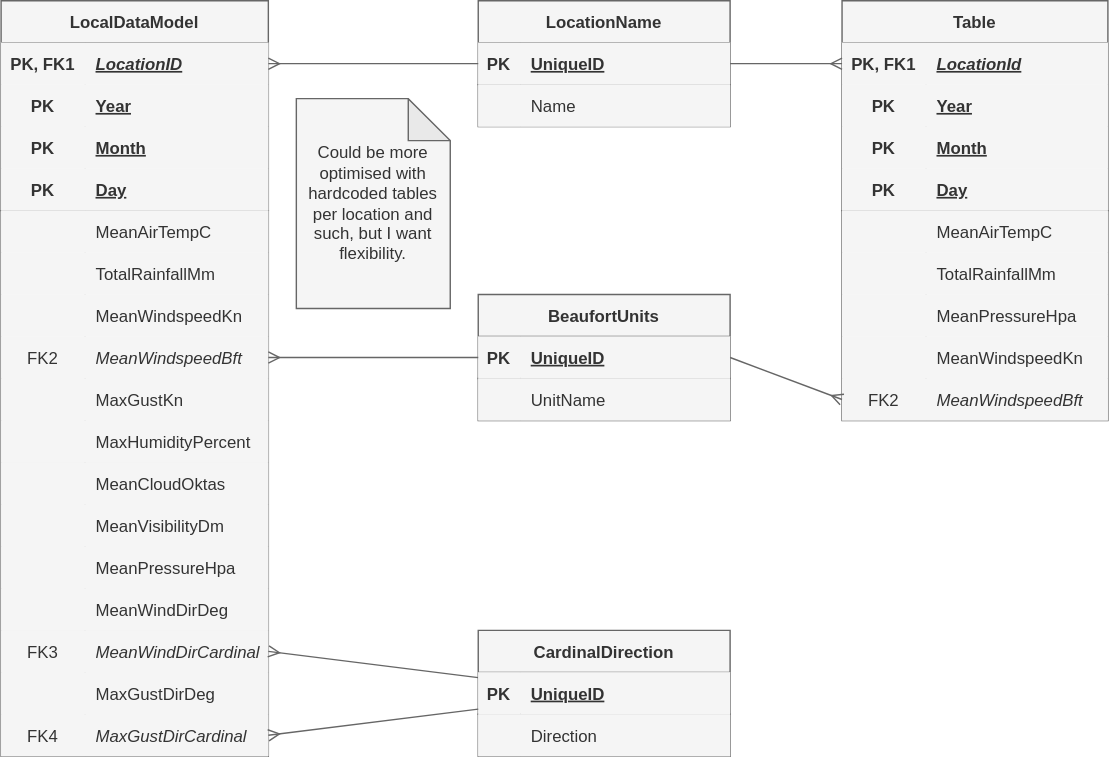
Above: entity_relationship_diagram.drawio.svg in abstralexis/ALevelDataScience (draw.io), before the change. Source tidied: cells renumbered, new cells last; positions are measured from the earlier drawing's top-left corner, leaving out a move shared by most shapes.
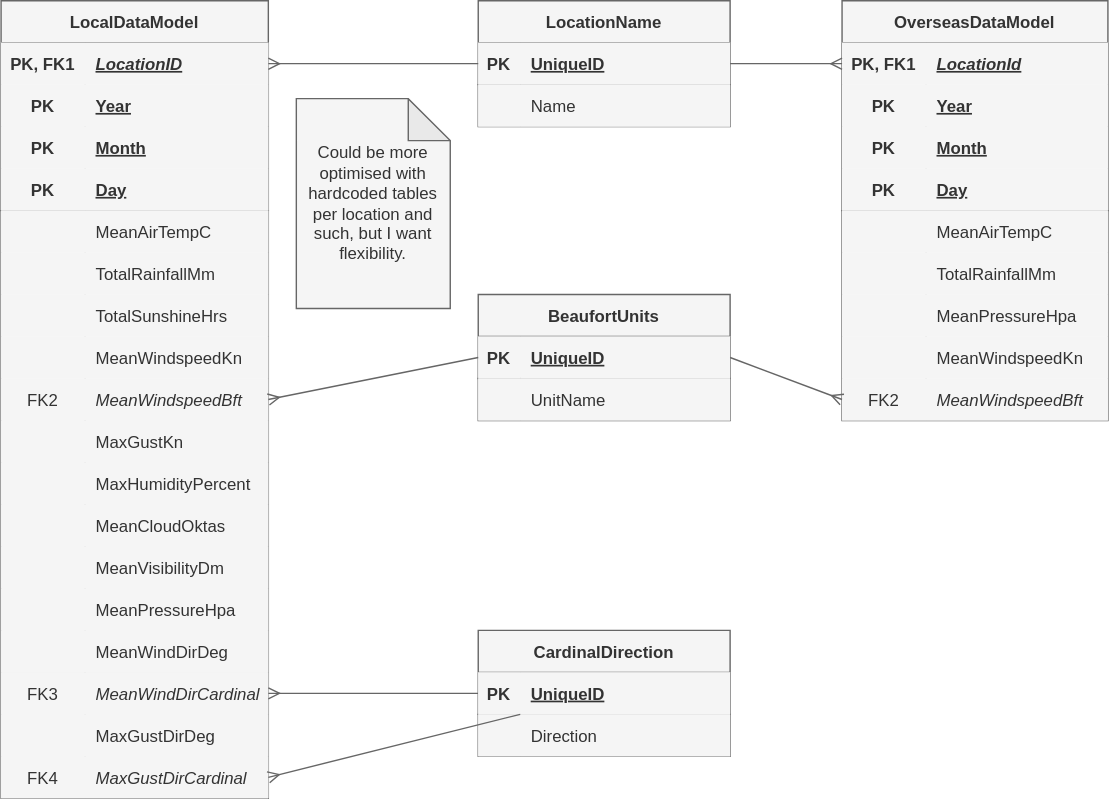
The same diagram one commit later.

Commit message:
Add some CREATE TABLE queries and fix ERD

What changed in the source:
```diff
@@ -3,7 +3,7 @@
     <mxCell id="0" />
     <mxCell id="1" parent="0" />
     <mxCell id="2" value="LocalDataModel" style="shape=table;startSize=30;rowLines=0;fontStyle=1;align=center;shadow=0;rounded=0;labelBackgroundColor=none;labelBorderColor=none;fillColor=#f5f5f5;strokeColor=#666666;swimlaneLine=1;fontColor=#333333;" parent="1" vertex="1">
-      <mxGeometry width="191" height="540" as="geometry" />
+      <mxGeometry width="191" height="570" as="geometry" />
     </mxCell>
     <mxCell id="3" style="shape=tableRow;horizontal=0;startSize=0;swimlaneHead=0;swimlaneBody=0;fillColor=#f5f5f5;points=[[0,0.5],[1,0.5]];portConstraint=eastwest;top=0;left=0;right=0;bottom=0;rounded=0;labelBackgroundColor=none;labelBorderColor=none;strokeColor=#666666;swimlaneLine=1;fontColor=#333333;" parent="2" vertex="1">
       <mxGeometry y="30" width="191" height="30" as="geometry" />
@@ -59,8 +59,17 @@
     <mxCell id="20" value="TotalRainfallMm" style="shape=partialRectangle;fillColor=#f5f5f5;top=0;left=0;bottom=0;right=0;align=left;spacingLeft=6;overflow=hidden;rounded=0;labelBackgroundColor=none;labelBorderColor=none;strokeColor=#666666;swimlaneLine=1;fontColor=#333333;" parent="18" vertex="1">
       <mxGeometry x="60" width="131" height="30" as="geometry" />
     </mxCell>
+    <mxCell id="110" style="shape=tableRow;horizontal=0;startSize=0;swimlaneHead=0;swimlaneBody=0;fillColor=#f5f5f5;top=0;left=0;right=0;bottom=0;rounded=0;labelBackgroundColor=none;labelBorderColor=none;strokeColor=#666666;swimlaneLine=1;fontColor=#333333;" parent="2" vertex="1">
+      <mxGeometry y="210" width="191" height="30" as="geometry" />
+    </mxCell>
+    <mxCell id="111" style="shape=partialRectangle;fillColor=#f5f5f5;top=0;left=0;bottom=0;right=0;overflow=hidden;rounded=0;labelBackgroundColor=none;labelBorderColor=none;strokeColor=#666666;swimlaneLine=1;fontColor=#333333;" parent="110" vertex="1">
+      <mxGeometry width="60" height="30" as="geometry" />
+    </mxCell>
+    <mxCell id="112" value="TotalSunshineHrs" style="shape=partialRectangle;fillColor=#f5f5f5;top=0;left=0;bottom=0;right=0;align=left;spacingLeft=6;overflow=hidden;rounded=0;labelBackgroundColor=none;labelBorderColor=none;strokeColor=#666666;swimlaneLine=1;fontColor=#333333;" parent="110" vertex="1">
+      <mxGeometry x="60" width="131" height="30" as="geometry" />
+    </mxCell>
     <mxCell id="21" style="shape=tableRow;horizontal=0;startSize=0;swimlaneHead=0;swimlaneBody=0;fillColor=#f5f5f5;top=0;left=0;right=0;bottom=0;rounded=0;labelBackgroundColor=none;labelBorderColor=none;strokeColor=#666666;swimlaneLine=1;fontColor=#333333;" parent="2" vertex="1">
-      <mxGeometry y="210" width="191" height="30" as="geometry" />
+      <mxGeometry y="240" width="191" height="30" as="geometry" />
     </mxCell>
     <mxCell id="22" style="shape=partialRectangle;fillColor=#f5f5f5;top=0;left=0;bottom=0;right=0;overflow=hidden;rounded=0;labelBackgroundColor=none;labelBorderColor=none;strokeColor=#666666;swimlaneLine=1;fontColor=#333333;" parent="21" vertex="1">
       <mxGeometry width="60" height="30" as="geometry" />
@@ -69,7 +78,7 @@
       <mxGeometry x="60" width="131" height="30" as="geometry" />
     </mxCell>
     <mxCell id="24" style="shape=tableRow;horizontal=0;startSize=0;swimlaneHead=0;swimlaneBody=0;fillColor=#f5f5f5;points=[[0,0.5],[1,0.5]];portConstraint=eastwest;top=0;left=0;right=0;bottom=0;rounded=0;labelBackgroundColor=none;labelBorderColor=none;strokeColor=#666666;swimlaneLine=1;fontColor=#333333;" parent="2" vertex="1">
-      <mxGeometry y="240" width="191" height="30" as="geometry" />
+      <mxGeometry y="270" width="191" height="30" as="geometry" />
     </mxCell>
     <mxCell id="25" value="FK2" style="shape=partialRectangle;fillColor=#f5f5f5;top=0;left=0;bottom=0;right=0;overflow=hidden;rounded=0;labelBackgroundColor=none;labelBorderColor=none;strokeColor=#666666;swimlaneLine=1;fontColor=#333333;" parent="24" vertex="1">
       <mxGeometry width="60" height="30" as="geometry" />
@@ -78,7 +87,7 @@
       <mxGeometry x="60" width="131" height="30" as="geometry" />
     </mxCell>
     <mxCell id="27" style="shape=tableRow;horizontal=0;startSize=0;swimlaneHead=0;swimlaneBody=0;fillColor=#f5f5f5;top=0;left=0;right=0;bottom=0;rounded=0;labelBackgroundColor=none;labelBorderColor=none;strokeColor=#666666;swimlaneLine=1;fontColor=#333333;" parent="2" vertex="1">
-      <mxGeometry y="270" width="191" height="30" as="geometry" />
+      <mxGeometry y="300" width="191" height="30" as="geometry" />
     </mxCell>
     <mxCell id="28" style="shape=partialRectangle;fillColor=#f5f5f5;top=0;left=0;bottom=0;right=0;overflow=hidden;rounded=0;labelBackgroundColor=none;labelBorderColor=none;strokeColor=#666666;swimlaneLine=1;fontColor=#333333;" parent="27" vertex="1">
       <mxGeometry width="60" height="30" as="geometry" />
@@ -87,7 +96,7 @@
       <mxGeometry x="60" width="131" height="30" as="geometry" />
     </mxCell>
     <mxCell id="30" style="shape=tableRow;horizontal=0;startSize=0;swimlaneHead=0;swimlaneBody=0;fillColor=#f5f5f5;top=0;left=0;right=0;bottom=0;rounded=0;labelBackgroundColor=none;labelBorderColor=none;strokeColor=#666666;swimlaneLine=1;fontColor=#333333;" parent="2" vertex="1">
-      <mxGeometry y="300" width="191" height="30" as="geometry" />
+      <mxGeometry y="330" width="191" height="30" as="geometry" />
     </mxCell>
     <mxCell id="31" style="shape=partialRectangle;fillColor=#f5f5f5;top=0;left=0;bottom=0;right=0;overflow=hidden;rounded=0;labelBackgroundColor=none;labelBorderColor=none;strokeColor=#666666;swimlaneLine=1;fontColor=#333333;" parent="30" vertex="1">
       <mxGeometry width="60" height="30" as="geometry" />
@@ -96,7 +105,7 @@
       <mxGeometry x="60" width="131" height="30" as="geometry" />
     </mxCell>
     <mxCell id="33" style="shape=tableRow;horizontal=0;startSize=0;swimlaneHead=0;swimlaneBody=0;fillColor=#f5f5f5;top=0;left=0;right=0;bottom=0;rounded=0;labelBackgroundColor=none;labelBorderColor=none;strokeColor=#666666;swimlaneLine=1;fontColor=#333333;" parent="2" vertex="1">
-      <mxGeometry y="330" width="191" height="30" as="geometry" />
+      <mxGeometry y="360" width="191" height="30" as="geometry" />
     </mxCell>
     <mxCell id="34" style="shape=partialRectangle;fillColor=#f5f5f5;top=0;left=0;bottom=0;right=0;overflow=hidden;rounded=0;labelBackgroundColor=none;labelBorderColor=none;strokeColor=#666666;swimlaneLine=1;fontColor=#333333;" parent="33" vertex="1">
       <mxGeometry width="60" height="30" as="geometry" />
@@ -105,7 +114,7 @@
       <mxGeometry x="60" width="131" height="30" as="geometry" />
     </mxCell>
     <mxCell id="36" style="shape=tableRow;horizontal=0;startSize=0;swimlaneHead=0;swimlaneBody=0;fillColor=#f5f5f5;top=0;left=0;right=0;bottom=0;rounded=0;labelBackgroundColor=none;labelBorderColor=none;strokeColor=#666666;swimlaneLine=1;fontColor=#333333;" parent="2" vertex="1">
-      <mxGeometry y="360" width="191" height="30" as="geometry" />
+      <mxGeometry y="390" width="191" height="30" as="geometry" />
     </mxCell>
     <mxCell id="37" style="shape=partialRectangle;fillColor=#f5f5f5;top=0;left=0;bottom=0;right=0;overflow=hidden;rounded=0;labelBackgroundColor=none;labelBorderColor=none;strokeColor=#666666;swimlaneLine=1;fontColor=#333333;" parent="36" vertex="1">
       <mxGeometry width="60" height="30" as="geometry" />
@@ -114,7 +123,7 @@
       <mxGeometry x="60" width="131" height="30" as="geometry" />
     </mxCell>
     <mxCell id="39" style="shape=tableRow;horizontal=0;startSize=0;swimlaneHead=0;swimlaneBody=0;fillColor=#f5f5f5;top=0;left=0;right=0;bottom=0;rounded=0;labelBackgroundColor=none;labelBorderColor=none;strokeColor=#666666;swimlaneLine=1;fontColor=#333333;" parent="2" vertex="1">
-      <mxGeometry y="390" width="191" height="30" as="geometry" />
+      <mxGeometry y="420" width="191" height="30" as="geometry" />
     </mxCell>
     <mxCell id="40" style="shape=partialRectangle;fillColor=#f5f5f5;top=0;left=0;bottom=0;right=0;overflow=hidden;rounded=0;labelBackgroundColor=none;labelBorderColor=none;strokeColor=#666666;swimlaneLine=1;fontColor=#333333;" parent="39" vertex="1">
       <mxGeometry width="60" height="30" as="geometry" />
@@ -123,7 +132,7 @@
       <mxGeometry x="60" width="131" height="30" as="geometry" />
     </mxCell>
     <mxCell id="42" style="shape=tableRow;horizontal=0;startSize=0;swimlaneHead=0;swimlaneBody=0;fillColor=#f5f5f5;top=0;left=0;right=0;bottom=0;rounded=0;labelBackgroundColor=none;labelBorderColor=none;strokeColor=#666666;swimlaneLine=1;fontColor=#333333;" parent="2" vertex="1">
-      <mxGeometry y="420" width="191" height="30" as="geometry" />
+      <mxGeometry y="450" width="191" height="30" as="geometry" />
     </mxCell>
     <mxCell id="43" style="shape=partialRectangle;fillColor=#f5f5f5;top=0;left=0;bottom=0;right=0;overflow=hidden;rounded=0;labelBackgroundColor=none;labelBorderColor=none;strokeColor=#666666;swimlaneLine=1;fontColor=#333333;" parent="42" vertex="1">
       <mxGeometry width="60" height="30" as="geometry" />
@@ -132,7 +141,7 @@
       <mxGeometry x="60" width="131" height="30" as="geometry" />
     </mxCell>
     <mxCell id="45" style="shape=tableRow;horizontal=0;startSize=0;swimlaneHead=0;swimlaneBody=0;fillColor=#f5f5f5;points=[[0,0.5],[1,0.5]];portConstraint=eastwest;top=0;left=0;right=0;bottom=0;rounded=0;labelBackgroundColor=none;labelBorderColor=none;strokeColor=#666666;swimlaneLine=1;fontColor=#333333;" parent="2" vertex="1">
-      <mxGeometry y="450" width="191" height="30" as="geometry" />
+      <mxGeometry y="480" width="191" height="30" as="geometry" />
     </mxCell>
     <mxCell id="46" value="FK3" style="shape=partialRectangle;fillColor=#f5f5f5;top=0;left=0;bottom=0;right=0;overflow=hidden;rounded=0;labelBackgroundColor=none;labelBorderColor=none;strokeColor=#666666;swimlaneLine=1;fontColor=#333333;" parent="45" vertex="1">
       <mxGeometry width="60" height="30" as="geometry" />
@@ -141,7 +150,7 @@
       <mxGeometry x="60" width="131" height="30" as="geometry" />
     </mxCell>
     <mxCell id="48" style="shape=tableRow;horizontal=0;startSize=0;swimlaneHead=0;swimlaneBody=0;fillColor=#f5f5f5;top=0;left=0;right=0;bottom=0;rounded=0;labelBackgroundColor=none;labelBorderColor=none;strokeColor=#666666;swimlaneLine=1;fontColor=#333333;" parent="2" vertex="1">
-      <mxGeometry y="480" width="191" height="30" as="geometry" />
+      <mxGeometry y="510" width="191" height="30" as="geometry" />
     </mxCell>
     <mxCell id="49" style="shape=partialRectangle;fillColor=#f5f5f5;top=0;left=0;bottom=0;right=0;overflow=hidden;rounded=0;labelBackgroundColor=none;labelBorderColor=none;strokeColor=#666666;swimlaneLine=1;fontColor=#333333;" parent="48" vertex="1">
       <mxGeometry width="60" height="30" as="geometry" />
@@ -150,7 +159,7 @@
       <mxGeometry x="60" width="131" height="30" as="geometry" />
     </mxCell>
     <mxCell id="51" style="shape=tableRow;horizontal=0;startSize=0;swimlaneHead=0;swimlaneBody=0;fillColor=#f5f5f5;points=[[0,0.5],[1,0.5]];portConstraint=eastwest;top=0;left=0;right=0;bottom=0;rounded=0;labelBackgroundColor=none;labelBorderColor=none;strokeColor=#666666;swimlaneLine=1;fontColor=#333333;" parent="2" vertex="1">
-      <mxGeometry y="510" width="191" height="30" as="geometry" />
+      <mxGeometry y="540" width="191" height="30" as="geometry" />
     </mxCell>
     <mxCell id="52" value="FK4" style="shape=partialRectangle;fillColor=#f5f5f5;top=0;left=0;bottom=0;right=0;overflow=hidden;rounded=0;labelBackgroundColor=none;labelBorderColor=none;strokeColor=#666666;swimlaneLine=1;fontColor=#333333;" parent="51" vertex="1">
       <mxGeometry width="60" height="30" as="geometry" />
@@ -236,7 +245,7 @@
     <mxCell id="79" style="edgeStyle=none;html=1;entryX=1;entryY=0.5;entryDx=0;entryDy=0;endArrow=ERmany;endFill=0;rounded=0;labelBackgroundColor=none;labelBorderColor=none;fontColor=default;fillColor=#f5f5f5;strokeColor=#666666;swimlaneLine=1;" parent="1" edge="1" source="73" target="51">
       <mxGeometry relative="1" as="geometry" />
     </mxCell>
-    <mxCell id="80" value="Table" style="shape=table;startSize=30;rowLines=0;fontStyle=1;align=center;rounded=0;shadow=0;labelBackgroundColor=none;labelBorderColor=none;fillColor=#f5f5f5;strokeColor=#666666;swimlaneLine=1;fontColor=#333333;" parent="1" vertex="1">
+    <mxCell id="80" value="OverseasDataModel" style="shape=table;startSize=30;rowLines=0;fontStyle=1;align=center;rounded=0;shadow=0;labelBackgroundColor=none;labelBorderColor=none;fillColor=#f5f5f5;strokeColor=#666666;swimlaneLine=1;fontColor=#333333;" parent="1" vertex="1">
       <mxGeometry x="601" width="190" height="300" as="geometry" />
     </mxCell>
     <mxCell id="81" style="shape=tableRow;horizontal=0;startSize=0;swimlaneHead=0;swimlaneBody=0;fillColor=#f5f5f5;points=[[0,0.5],[1,0.5]];portConstraint=eastwest;top=0;left=0;right=0;bottom=0;rounded=0;shadow=0;labelBackgroundColor=none;labelBorderColor=none;strokeColor=#666666;swimlaneLine=1;fontColor=#333333;" parent="80" vertex="1">
```
